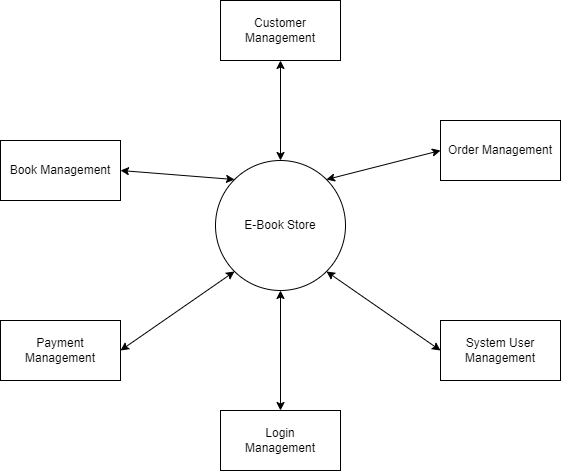
Before: Diagrams/DFD.png, a diagram exported from draw.io (prathamjc/TY-project). Source tidied: cells renumbered, new cells last; positions are measured from the earlier drawing's top-left corner, leaving out a move shared by most shapes.
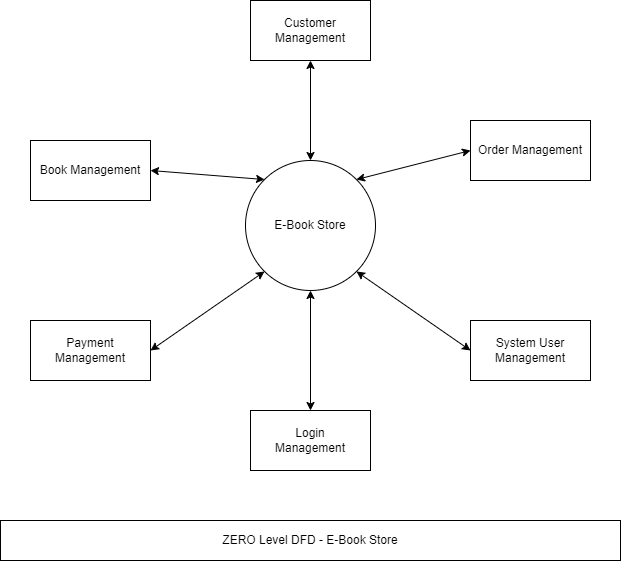
The same diagram one commit later.

Change to the diagram source:
```diff
@@ -41,5 +41,8 @@
     <mxCell id="14" style="endArrow=classic;startArrow=classic;html=1;rounded=0;entryX=0;entryY=0.5;entryDx=0;entryDy=0;exitX=1;exitY=0;exitDx=0;exitDy=0;" parent="1" edge="1" source="2" target="7">
       <mxGeometry relative="1" as="geometry" />
     </mxCell>
+    <mxCell id="15" value="ZERO Level DFD - E-Book Store" style="rounded=0;whiteSpace=wrap;html=1;" parent="1" vertex="1">
+      <mxGeometry x="-30" y="520" width="620" height="40" as="geometry" />
+    </mxCell>
   </root>
 </mxGraphModel>
```
